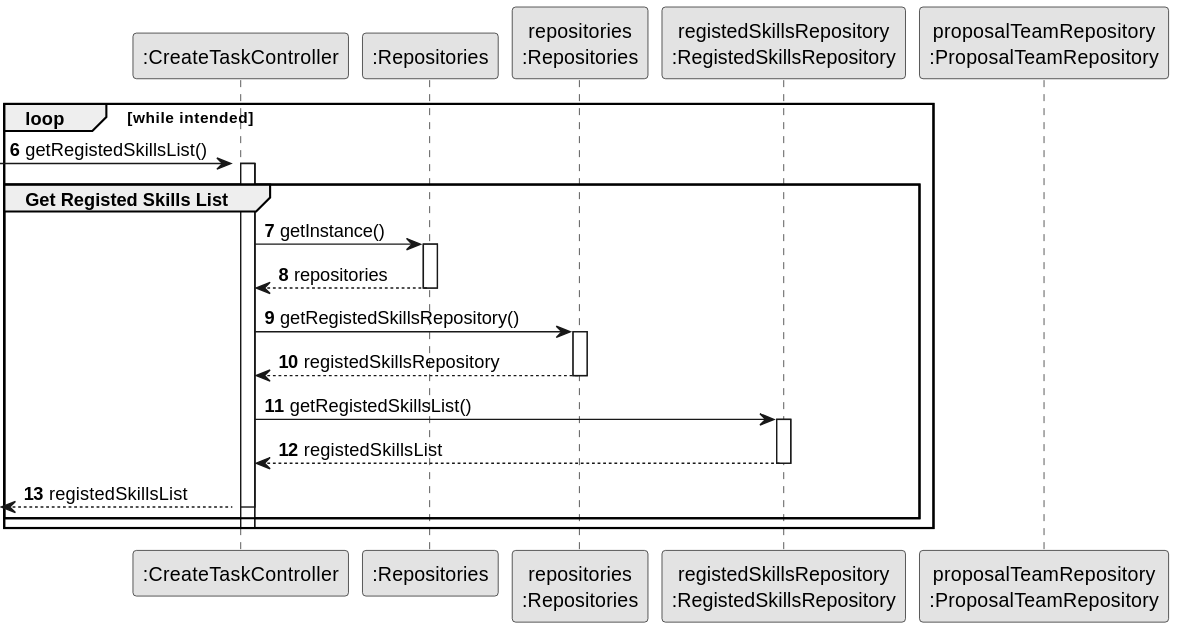
The PlantUML diagram docs/sprint2/us005/03.design/svg/us005-sequence-diagram-partial-registed-skills-list.svg in 1231360-ISEP/lei-24-s2-1db-g021, before a commit.
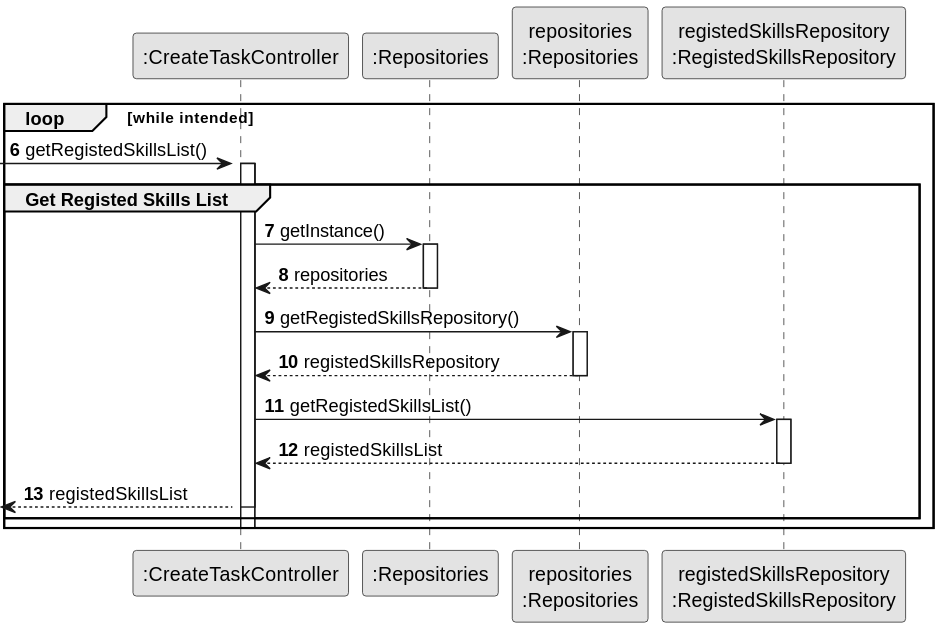
After the change.

Commit message:
Update US05 - Sequence Diagrams and SVG´s

Diff of the diagram source:
```diff
@@ -9,7 +9,6 @@
 participant ":Repositories" as RepositorySingleton
 participant "repositories\n:Repositories" as PLAT
 participant "registedSkillsRepository\n:RegistedSkillsRepository" as RegistedSkillsRepository
-participant "proposalTeamRepository\n:ProposalTeamRepository" as ProposalTeamRepository
 
 autonumber 6
 
```
